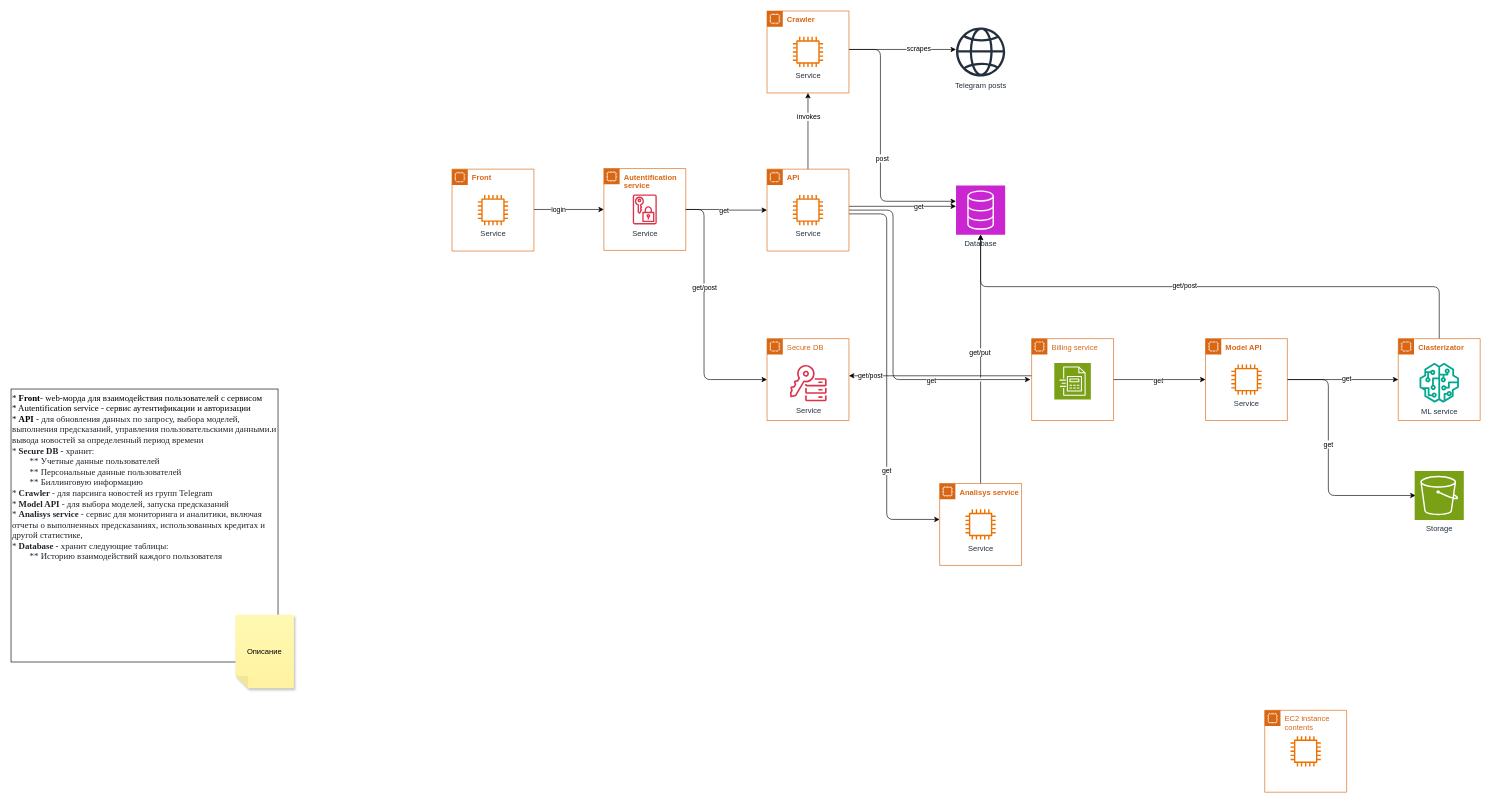
datanalist/company-clasterization keeps this draw.io diagram as docs/Architecture.drawio. Above is the earlier version. Source tidied: cells renumbered, new cells numbered last; positions are measured from the earlier drawing's top-left corner, leaving out a move shared by most shapes. Both pictures are drawn from the tidied source at 63%, with x=0, y=0 at pixel (11, 11).
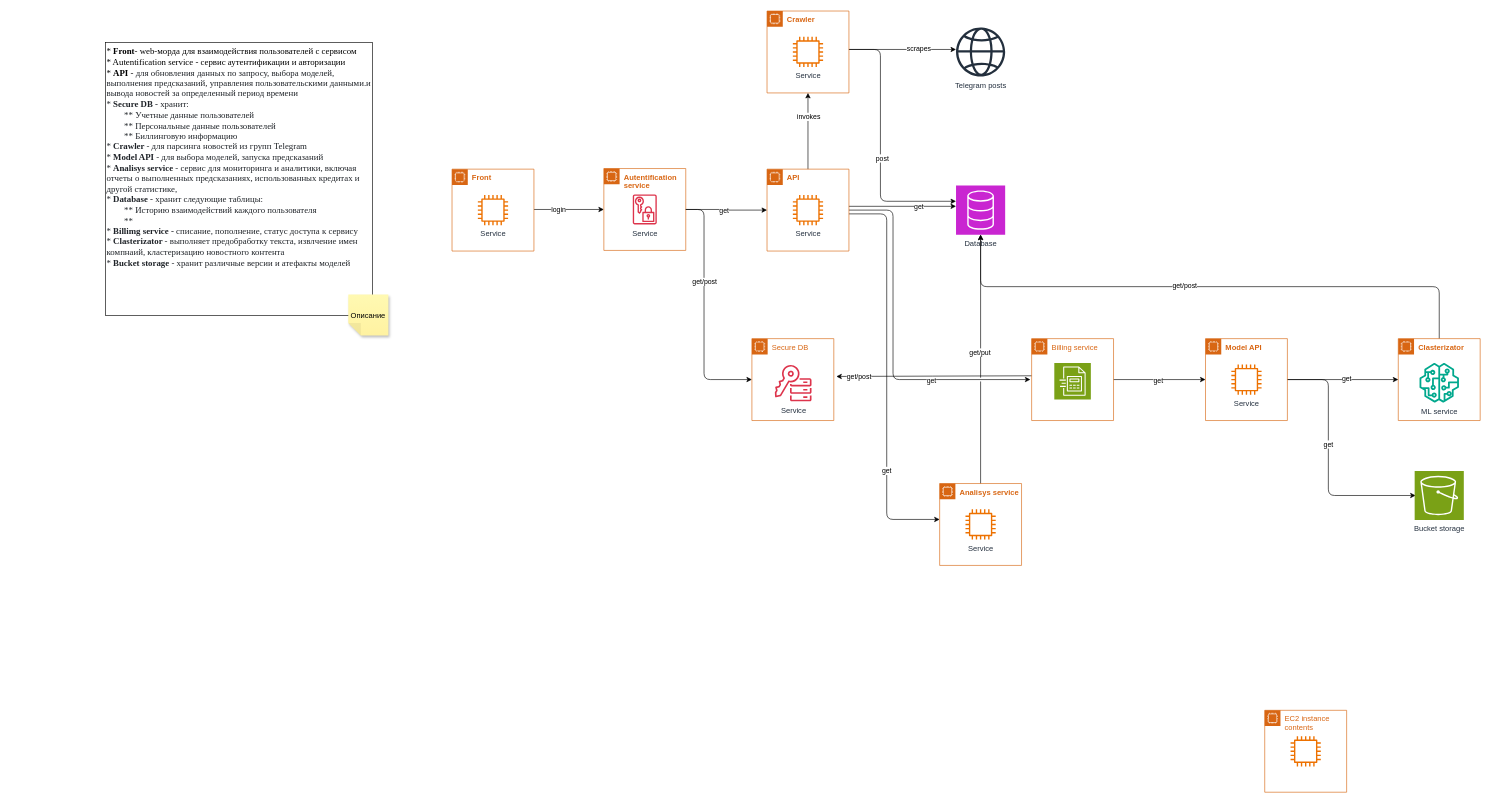
The same diagram, later.

The edit, as a diff of the source:
```diff
@@
     <mxCell id="45" style="group;" parent="1" vertex="1">
-      <mxGeometry y="600" width="449" height="475" as="geometry" />
+      <mxGeometry x="150" y="50" width="449" height="475" as="geometry" />
     </mxCell>
-    <mxCell id="46" value="&lt;font style=&quot;font-size: 14px;&quot; face=&quot;Times New Roman&quot;&gt;*&lt;b&gt; Front&lt;/b&gt;- web-морда для взаимодействия пользователей с сервисом&lt;/font&gt;&lt;div&gt;&lt;font style=&quot;font-size: 14px;&quot; face=&quot;Times New Roman&quot;&gt;* Autentification service - сервис аутентификации и авторизации&lt;br&gt;* &lt;b&gt;API &lt;/b&gt;-&amp;nbsp;&lt;span style=&quot;background-color: rgb(255, 255, 255); color: rgb(31, 35, 40);&quot;&gt;для обновления данных по запросу, выбора моделей, выполнения предсказаний, управления пользовательскими данными.и вывода новостей за определенный период времени&lt;/span&gt;&lt;/font&gt;&lt;/div&gt;&lt;div&gt;&lt;font style=&quot;font-size: 14px;&quot; face=&quot;Times New Roman&quot;&gt;&lt;span style=&quot;background-color: rgb(255, 255, 255); color: rgb(31, 35, 40);&quot;&gt;* &lt;b&gt;Secure DB - &lt;/b&gt;хранит:&lt;br&gt;&lt;span style=&quot;white-space: pre;&quot;&gt;&#9;&lt;/span&gt;** Учетные данные пользователей&lt;br&gt;&lt;span style=&quot;white-space: pre;&quot;&gt;&#9;&lt;/span&gt;**&amp;nbsp;&lt;/span&gt;&lt;/font&gt;&lt;span style=&quot;background-color: rgb(255, 255, 255); color: rgb(31, 35, 40); font-family: &amp;quot;Times New Roman&amp;quot;; font-size: 14px;&quot;&gt;Персональные данные пользователей&lt;/span&gt;&lt;font style=&quot;font-size: 14px;&quot; face=&quot;Times New Roman&quot;&gt;&lt;span style=&quot;background-color: rgb(255, 255, 255); color: rgb(31, 35, 40);&quot;&gt;&lt;br&gt;&lt;/span&gt;&lt;/font&gt;&lt;/div&gt;&lt;div&gt;&lt;span style=&quot;background-color: rgb(255, 255, 255); color: rgb(31, 35, 40); font-family: &amp;quot;Times New Roman&amp;quot;; font-size: 14px;&quot;&gt;&lt;span style=&quot;white-space: pre;&quot;&gt;&#9;&lt;/span&gt;** Биллинговую информацию&lt;br&gt;&lt;/span&gt;&lt;/div&gt;&lt;div&gt;&lt;span style=&quot;background-color: rgb(255, 255, 255); color: rgb(31, 35, 40);&quot;&gt;&lt;font style=&quot;font-size: 14px;&quot; face=&quot;Times New Roman&quot;&gt;* &lt;b&gt;Crawler &lt;/b&gt;- для парсинга новостей из групп Telegram&lt;/font&gt;&lt;/span&gt;&lt;/div&gt;&lt;div&gt;&lt;span style=&quot;background-color: rgb(255, 255, 255); color: rgb(31, 35, 40);&quot;&gt;&lt;font style=&quot;font-size: 14px;&quot; face=&quot;Times New Roman&quot;&gt;*&lt;b&gt; Model API&lt;/b&gt; - для выбора моделей, запуска предсказаний&lt;/font&gt;&lt;/span&gt;&lt;/div&gt;&lt;div&gt;&lt;span style=&quot;background-color: rgb(255, 255, 255); color: rgb(31, 35, 40);&quot;&gt;&lt;font style=&quot;font-size: 14px;&quot; face=&quot;Times New Roman&quot;&gt;* &lt;b&gt;Analisys service&lt;/b&gt; - сервис для&amp;nbsp;&lt;font&gt;мониторинга и аналитики, включая отчеты о выполненных предсказаниях, использованных кредитах и другой статистике,&amp;nbsp;&lt;/font&gt;&lt;/font&gt;&lt;/span&gt;&lt;/div&gt;&lt;div&gt;&lt;span style=&quot;background-color: rgb(255, 255, 255); color: rgb(31, 35, 40);&quot;&gt;&lt;font style=&quot;font-size: 14px;&quot; face=&quot;Times New Roman&quot;&gt;&lt;font&gt;* &lt;b&gt;Database - &lt;/b&gt;хранит следующие таблицы:&lt;br&gt;&lt;span style=&quot;white-space: pre;&quot;&gt;&#9;&lt;/span&gt;** Историю взаимодействий каждого пользователя&lt;br&gt;&lt;/font&gt;&lt;/font&gt;&lt;/span&gt;&lt;/div&gt;&lt;div&gt;&lt;br&gt;&lt;/div&gt;" style="whiteSpace=wrap;html=1;align=left;labelPosition=center;verticalLabelPosition=middle;verticalAlign=top;" parent="45" vertex="1">
+    <mxCell id="46" value="&lt;font face=&quot;Times New Roman&quot; style=&quot;font-size: 14px;&quot;&gt;*&lt;b style=&quot;&quot;&gt; Front&lt;/b&gt;- web-морда для взаимодействия пользователей с сервисом&lt;/font&gt;&lt;div&gt;&lt;font face=&quot;Times New Roman&quot; style=&quot;font-size: 14px;&quot;&gt;* Autentification service - сервис аутентификации и авторизации&lt;br&gt;* &lt;b&gt;API &lt;/b&gt;-&amp;nbsp;&lt;span style=&quot;background-color: rgb(255, 255, 255); color: rgb(31, 35, 40);&quot;&gt;для обновления данных по запросу, выбора моделей, выполнения предсказаний, управления пользовательскими данными.и вывода новостей за определенный период времени&lt;/span&gt;&lt;/font&gt;&lt;/div&gt;&lt;div&gt;&lt;font face=&quot;Times New Roman&quot; style=&quot;font-size: 14px;&quot;&gt;&lt;span style=&quot;background-color: rgb(255, 255, 255); color: rgb(31, 35, 40);&quot;&gt;* &lt;b&gt;Secure DB - &lt;/b&gt;хранит:&lt;br&gt;&lt;span style=&quot;white-space: pre;&quot;&gt;&#9;&lt;/span&gt;** Учетные данные пользователей&lt;br&gt;&lt;span style=&quot;white-space: pre;&quot;&gt;&#9;&lt;/span&gt;**&amp;nbsp;&lt;/span&gt;&lt;span style=&quot;background-color: rgb(255, 255, 255); color: rgb(31, 35, 40);&quot;&gt;Персональные данные пользователей&lt;/span&gt;&lt;span style=&quot;background-color: rgb(255, 255, 255); color: rgb(31, 35, 40);&quot;&gt;&lt;br&gt;&lt;/span&gt;&lt;/font&gt;&lt;/div&gt;&lt;div&gt;&lt;span style=&quot;background-color: rgb(255, 255, 255); color: rgb(31, 35, 40);&quot;&gt;&lt;font face=&quot;Times New Roman&quot; style=&quot;font-size: 14px;&quot;&gt;&lt;span style=&quot;white-space: pre;&quot;&gt;&#9;&lt;/span&gt;** Биллинговую информацию&lt;br&gt;&lt;/font&gt;&lt;/span&gt;&lt;/div&gt;&lt;div&gt;&lt;span style=&quot;background-color: rgb(255, 255, 255); color: rgb(31, 35, 40);&quot;&gt;&lt;font face=&quot;Times New Roman&quot; style=&quot;font-size: 14px;&quot;&gt;* &lt;b&gt;Crawler &lt;/b&gt;- для парсинга новостей из групп Telegram&lt;/font&gt;&lt;/span&gt;&lt;/div&gt;&lt;div&gt;&lt;span style=&quot;background-color: rgb(255, 255, 255); color: rgb(31, 35, 40);&quot;&gt;&lt;font face=&quot;Times New Roman&quot; style=&quot;font-size: 14px;&quot;&gt;*&lt;b&gt; Model API&lt;/b&gt; - для выбора моделей, запуска предсказаний&lt;/font&gt;&lt;/span&gt;&lt;/div&gt;&lt;div&gt;&lt;span style=&quot;background-color: rgb(255, 255, 255); color: rgb(31, 35, 40);&quot;&gt;&lt;font face=&quot;Times New Roman&quot; style=&quot;font-size: 14px;&quot;&gt;* &lt;b&gt;Analisys service&lt;/b&gt; - сервис для&amp;nbsp;&lt;font&gt;мониторинга и аналитики, включая отчеты о выполненных предсказаниях, использованных кредитах и другой статистике,&amp;nbsp;&lt;/font&gt;&lt;/font&gt;&lt;/span&gt;&lt;/div&gt;&lt;div&gt;&lt;span style=&quot;background-color: rgb(255, 255, 255); color: rgb(31, 35, 40);&quot;&gt;&lt;font face=&quot;Times New Roman&quot; style=&quot;font-size: 14px;&quot;&gt;* &lt;b&gt;Database - &lt;/b&gt;хранит следующие таблицы:&lt;br&gt;&lt;span style=&quot;white-space: pre;&quot;&gt;&#9;&lt;/span&gt;** Историю взаимодействий каждого пользователя&lt;br&gt;&lt;/font&gt;&lt;/span&gt;&lt;/div&gt;&lt;div&gt;&lt;span style=&quot;background-color: rgb(255, 255, 255); color: rgb(31, 35, 40);&quot;&gt;&lt;font face=&quot;Times New Roman&quot; style=&quot;font-size: 14px;&quot;&gt;&lt;span style=&quot;white-space: pre;&quot;&gt;&#9;&lt;/span&gt;**&lt;br&gt;&lt;/font&gt;&lt;/span&gt;&lt;/div&gt;&lt;div&gt;&lt;span style=&quot;background-color: rgb(255, 255, 255); color: rgb(31, 35, 40);&quot;&gt;&lt;font style=&quot;&quot;&gt;&lt;font face=&quot;Times New Roman&quot; style=&quot;font-size: 14px;&quot;&gt;* &lt;font style=&quot;font-weight: bold;&quot;&gt;Billimg service -&lt;/font&gt;&lt;b&gt;&amp;nbsp;&lt;/b&gt;списание, пополнение, статус доступа к сервису&lt;/font&gt;&lt;/font&gt;&lt;/span&gt;&lt;/div&gt;&lt;div&gt;&lt;font face=&quot;Times New Roman&quot; color=&quot;#1f2328&quot;&gt;&lt;span style=&quot;font-size: 14px; background-color: rgb(255, 255, 255);&quot;&gt;* &lt;b&gt;Clasterizator &lt;/b&gt;- выполняет предобработку текста, извлчение имен компнаий, кластеризацию новостного контента&lt;/span&gt;&lt;/font&gt;&lt;/div&gt;&lt;div&gt;&lt;font face=&quot;Times New Roman&quot; color=&quot;#1f2328&quot;&gt;&lt;span style=&quot;font-size: 14px; background-color: rgb(255, 255, 255);&quot;&gt;* &lt;b&gt;Bucket storage&lt;/b&gt; - хранит различные версии и атефакты моделей&lt;/span&gt;&lt;/font&gt;&lt;/div&gt;" style="whiteSpace=wrap;html=1;align=left;labelPosition=center;verticalLabelPosition=middle;verticalAlign=top;" parent="45" vertex="1">
       <mxGeometry width="423.8" height="433.3" as="geometry" />
     </mxCell>
     <mxCell id="47" value="Описание" style="shape=note;whiteSpace=wrap;html=1;backgroundOutline=1;fontColor=#000000;darkOpacity=0.05;fillColor=#FFF9B2;strokeColor=none;fillStyle=solid;direction=west;gradientDirection=north;gradientColor=#FFF2A1;shadow=1;size=20;" parent="45" vertex="1">
-      <mxGeometry x="356.3" y="358.3" width="92.7" height="116.7" as="geometry" />
+      <mxGeometry x="385.3" y="400" width="63.7" height="65" as="geometry" />
     </mxCell>
@@
-    <mxCell id="50" style="edgeStyle=orthogonalEdgeStyle;rounded=0;orthogonalLoop=1;jettySize=auto;html=1;" parent="1" edge="1">
+    <mxCell id="50" style="edgeStyle=orthogonalEdgeStyle;rounded=0;jettySize=auto;html=1;entryX=1.031;entryY=0.462;entryDx=0;entryDy=0;entryPerimeter=0;" parent="1" edge="1" target="55">
       <mxGeometry relative="1" as="geometry">
         <mxPoint x="1620" y="579" as="sourcePoint" />
-        <mxPoint x="1330" y="579" as="targetPoint" />
       </mxGeometry>
     </mxCell>
@@
-    <mxCell id="54" value="Storage" style="sketch=0;fontColor=#232F3E;fillColor=#7AA116;strokeColor=#ffffff;dashed=0;verticalLabelPosition=bottom;verticalAlign=top;align=center;html=1;fontSize=12;fontStyle=0;shape=mxgraph.aws4.resourceIcon;resIcon=mxgraph.aws4.s3;" parent="1" vertex="1">
+    <mxCell id="54" value="Bucket storage" style="sketch=0;fontColor=#232F3E;fillColor=#7AA116;strokeColor=#ffffff;dashed=0;verticalLabelPosition=bottom;verticalAlign=top;align=center;html=1;fontSize=12;fontStyle=0;shape=mxgraph.aws4.resourceIcon;resIcon=mxgraph.aws4.s3;" parent="1" vertex="1">
       <mxGeometry x="2228" y="730" width="78" height="78" as="geometry" />
     </mxCell>
     <mxCell id="55" value="Secure DB" style="points=[[0,0],[0.25,0],[0.5,0],[0.75,0],[1,0],[1,0.25],[1,0.5],[1,0.75],[1,1],[0.75,1],[0.5,1],[0.25,1],[0,1],[0,0.75],[0,0.5],[0,0.25]];outlineConnect=0;gradientColor=none;html=1;whiteSpace=wrap;fontSize=12;fontStyle=0;shape=mxgraph.aws4.group;grIcon=mxgraph.aws4.group_ec2_instance_contents;strokeColor=#D86613;fillColor=none;verticalAlign=top;align=left;spacingLeft=30;fontColor=#D86613;dashed=0;" parent="1" vertex="1">
-      <mxGeometry x="1200" y="520" width="130" height="130" as="geometry" />
+      <mxGeometry x="1176" y="520" width="130" height="130" as="geometry" />
     </mxCell>
```
